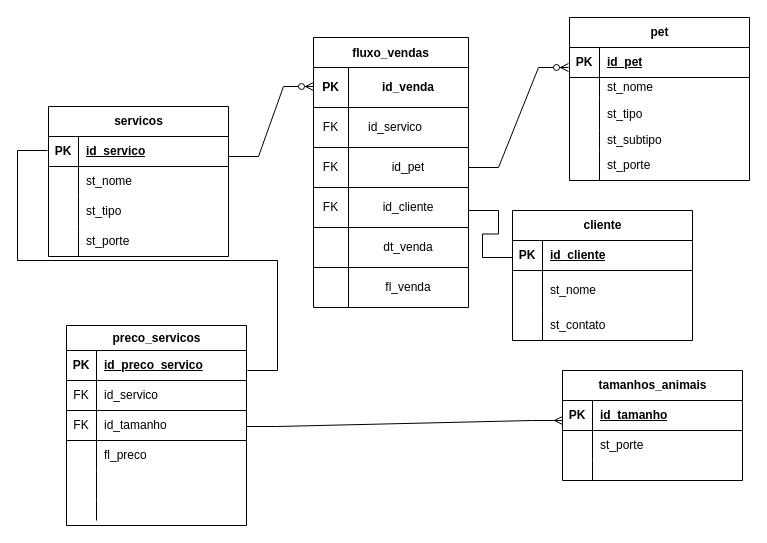
Earlier version of the draw.io diagram Polli/Diagrama bicho.drawio (reprograma/on34-python-s07-banco-de-dados-I). Source tidied: cells renumbered, new cells numbered last; positions are measured from the earlier drawing's top-left corner, leaving out a move shared by most shapes. Both pictures are drawn from the tidied source at 100%, with x=0, y=0 at pixel (7, 17).
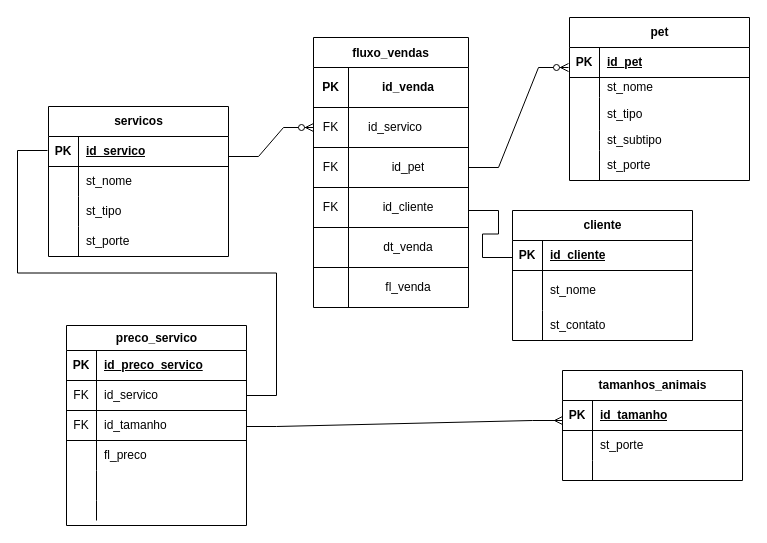
After the change.

Unchanged cells that the change refers to:
```xml
<mxCell id="45" style="shape=tableRow;horizontal=0;startSize=0;swimlaneHead=0;swimlaneBody=0;fillColor=none;points=[[0,0.5],[1,0.5]];portConstraint=eastwest;top=0;left=0;right=0;bottom=1;" parent="41" vertex="1">
  <mxGeometry y="55" width="180" height="30" as="geometry" />
</mxCell>
<mxCell id="77" style="shape=tableRow;horizontal=0;startSize=0;swimlaneHead=0;swimlaneBody=0;strokeColor=inherit;top=0;left=0;bottom=0;right=0;fillColor=none;points=[[0,0.5],[1,0.5]];portConstraint=eastwest;" parent="73" vertex="1">
  <mxGeometry y="70" width="155" height="40" as="geometry" />
</mxCell>
```

What changed in the source:
```diff
@@
-    <mxCell id="41" value="preco_servicos" style="shape=table;startSize=25;childLayout=tableLayout;rowLines=0;fontStyle=1;align=center;html=1;" parent="1" vertex="1">
+    <mxCell id="41" value="preco_servico" style="shape=table;startSize=25;childLayout=tableLayout;rowLines=0;fontStyle=1;align=center;html=1;" parent="1" vertex="1">
       <mxGeometry x="59" y="308" width="180" height="200" as="geometry" />
     </mxCell>
@@
-    <mxCell id="92" style="edgeStyle=entityRelationEdgeStyle;fontSize=12;html=1;endArrow=ERzeroToMany;endFill=1;rounded=0;exitX=1.05;exitY=-0.333;exitDx=0;exitDy=0;exitPerimeter=0;endSize=6;" parent="1" edge="1">
+    <mxCell id="92" style="edgeStyle=entityRelationEdgeStyle;fontSize=12;html=1;endArrow=ERzeroToMany;endFill=1;rounded=0;exitX=1.05;exitY=-0.333;exitDx=0;exitDy=0;exitPerimeter=0;endSize=6;entryX=0;entryY=0.5;entryDx=0;entryDy=0;" parent="1" edge="1" target="77">
       <mxGeometry relative="1" as="geometry">
         <mxPoint x="221" y="139" as="sourcePoint" />
-        <mxPoint x="306" y="69" as="targetPoint" />
         <Array as="points">
           <mxPoint x="301" y="69" />
+          <mxPoint x="306" y="113" />
         </Array>
       </mxGeometry>
     </mxCell>
-    <mxCell id="93" style="edgeStyle=entityRelationEdgeStyle;fontSize=12;html=1;endArrow=none;startArrow=none;rounded=0;startFill=0;endFill=0;" parent="1" edge="1">
+    <mxCell id="93" style="edgeStyle=entityRelationEdgeStyle;fontSize=12;html=1;endArrow=none;startArrow=none;rounded=0;startFill=0;endFill=0;exitX=1;exitY=0.5;exitDx=0;exitDy=0;" parent="1" edge="1" source="45">
       <mxGeometry relative="1" as="geometry">
-        <mxPoint x="240" y="353" as="sourcePoint" />
         <mxPoint x="40" y="133" as="targetPoint" />
         <Array as="points">
           <mxPoint x="90" y="403" />
           <mxPoint x="40" y="133" />
           <mxPoint y="233" />
           <mxPoint x="30" y="133" />
         </Array>
       </mxGeometry>
     </mxCell>
```
